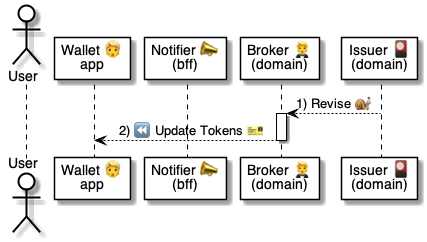
The PlantUML diagram 5 ⏩ Flows/60 🎴⏩ Issuers/.📎 Assets/⚙️ Revise.png in pollyweb-org/pollyweb-docs, before a commit. Its source is kept beside it as 5 ⏩ Flows/60 🎴⏩ Issuers/.📎 Assets/⚙️ Revise.puml.
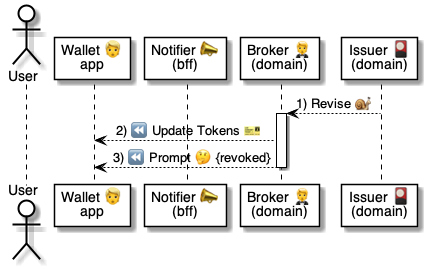
Later version of the same file.

Change to the diagram source:
```diff
@@ -11,6 +11,7 @@
 issuer --> broker: 1) Revise 🐌
 activate broker
     broker --> wallet: 2) ⏪ Update Tokens 🎫
+    broker --> wallet: 3) ⏪ Prompt 🤔 {revoked}
 deactivate broker
 
 @enduml
```
